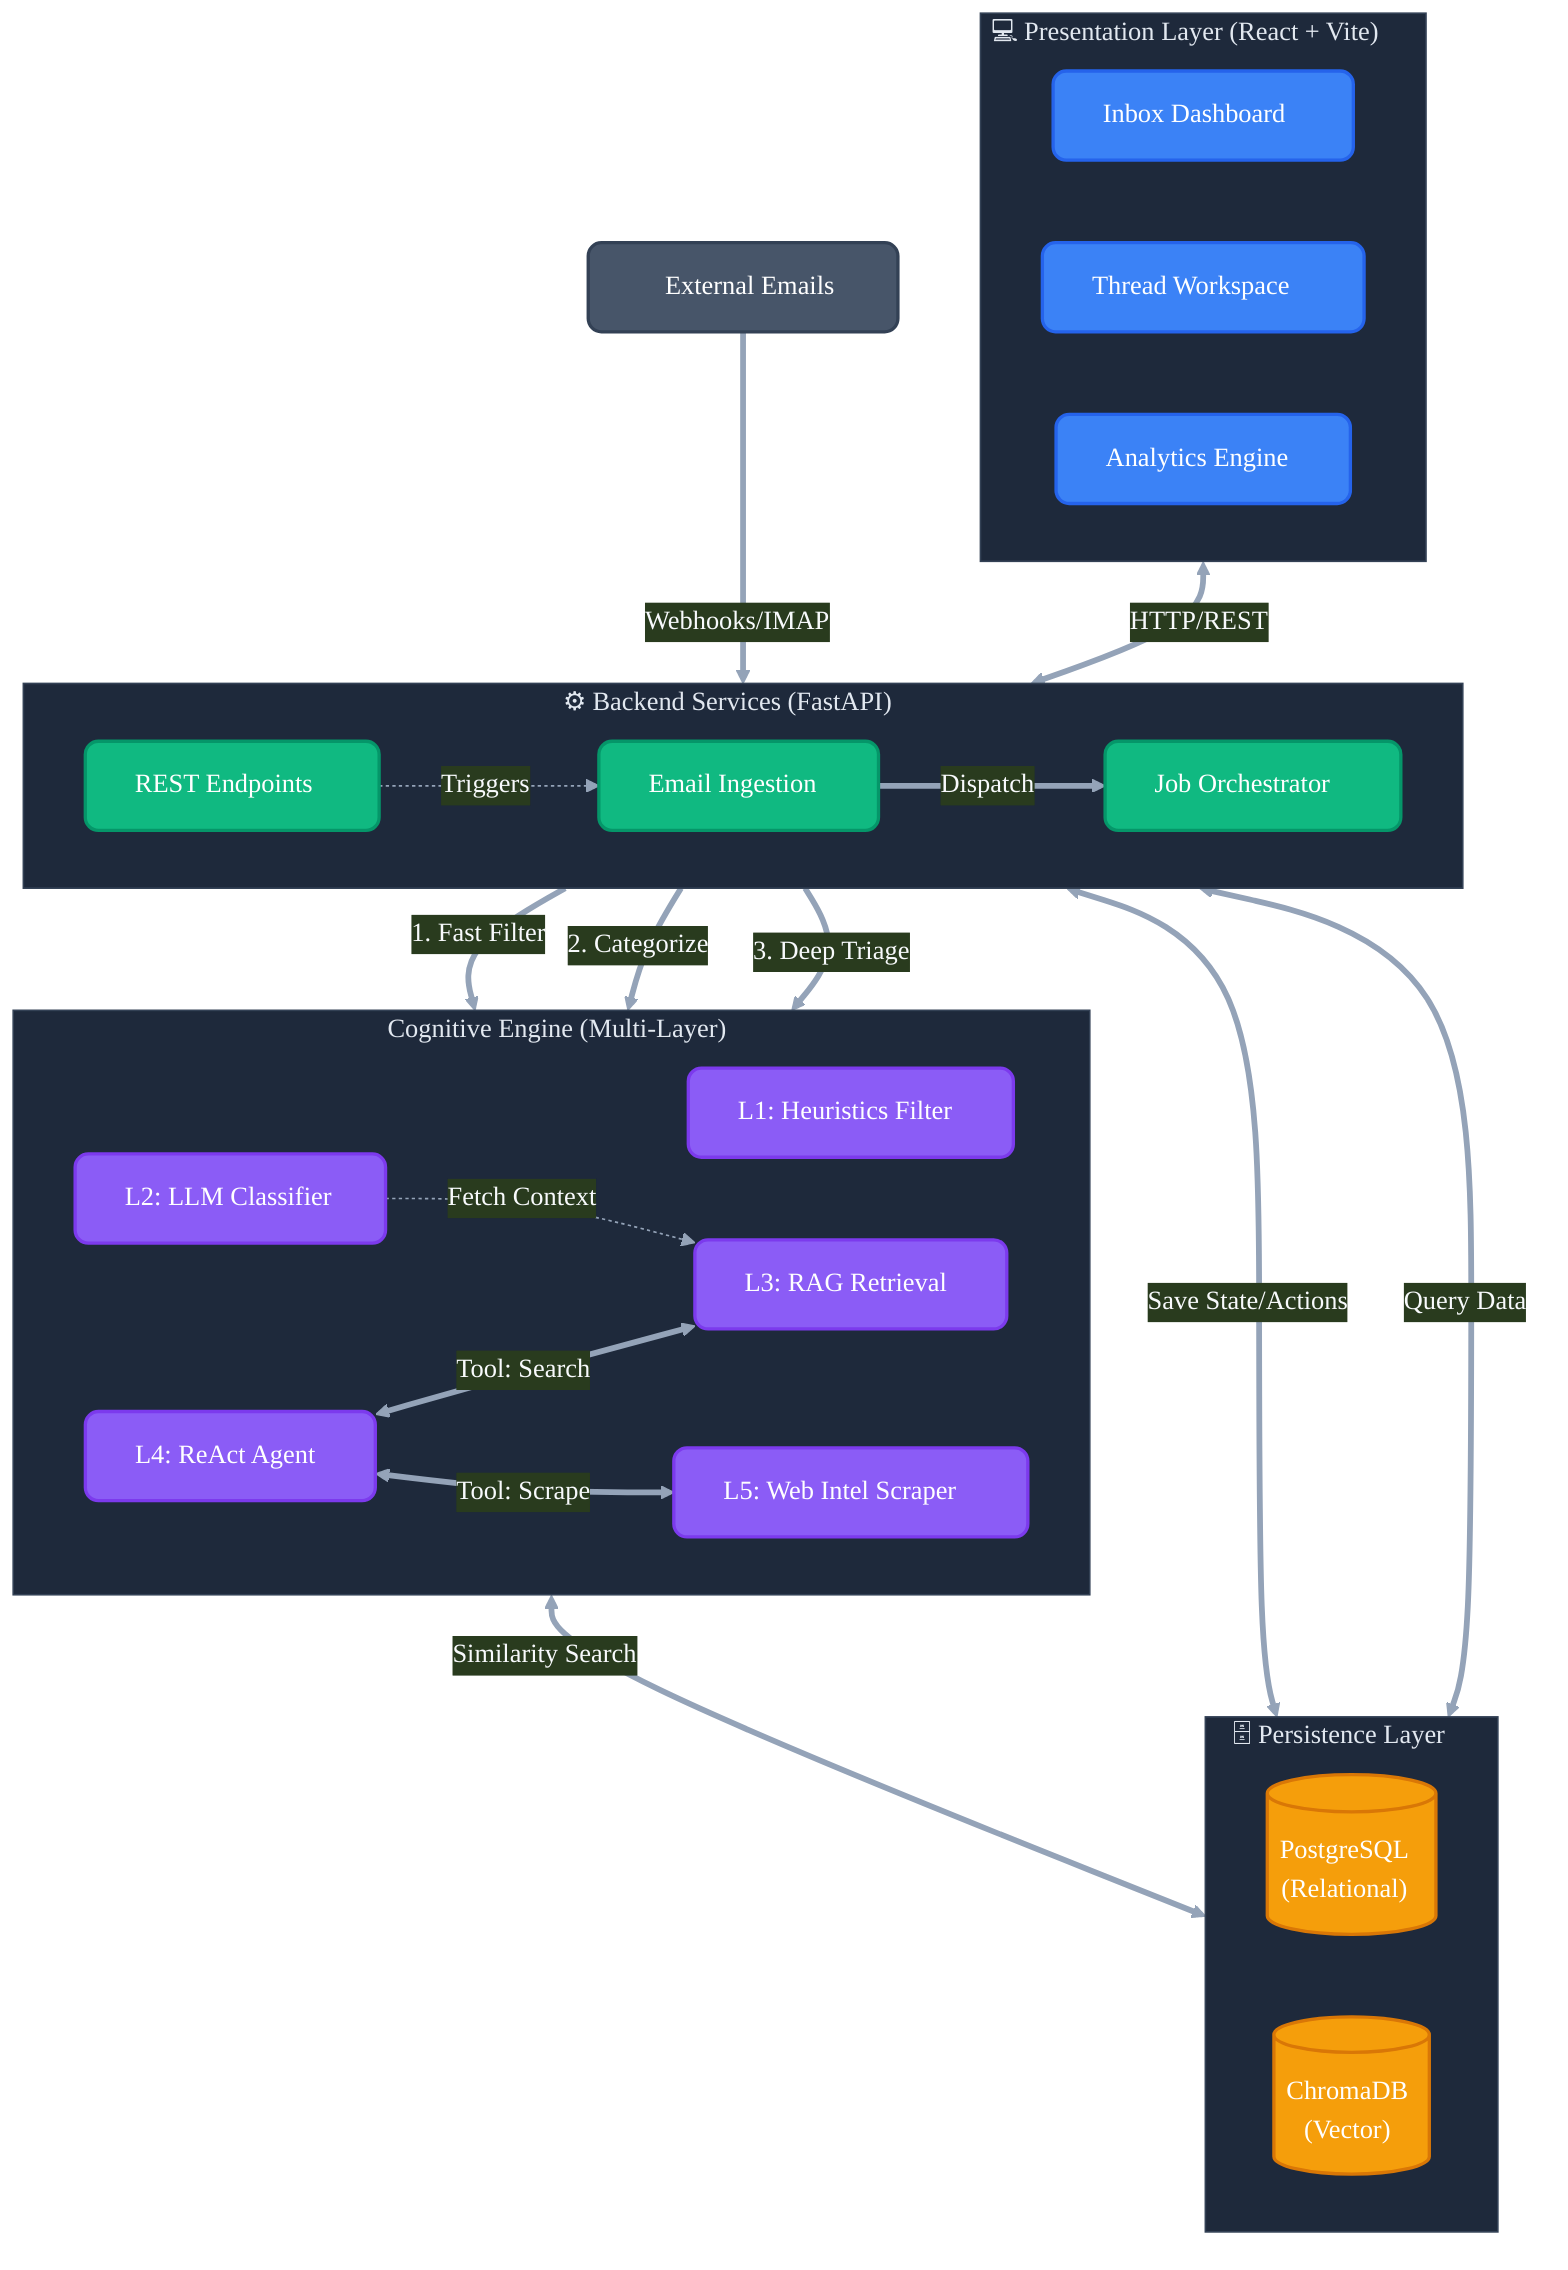
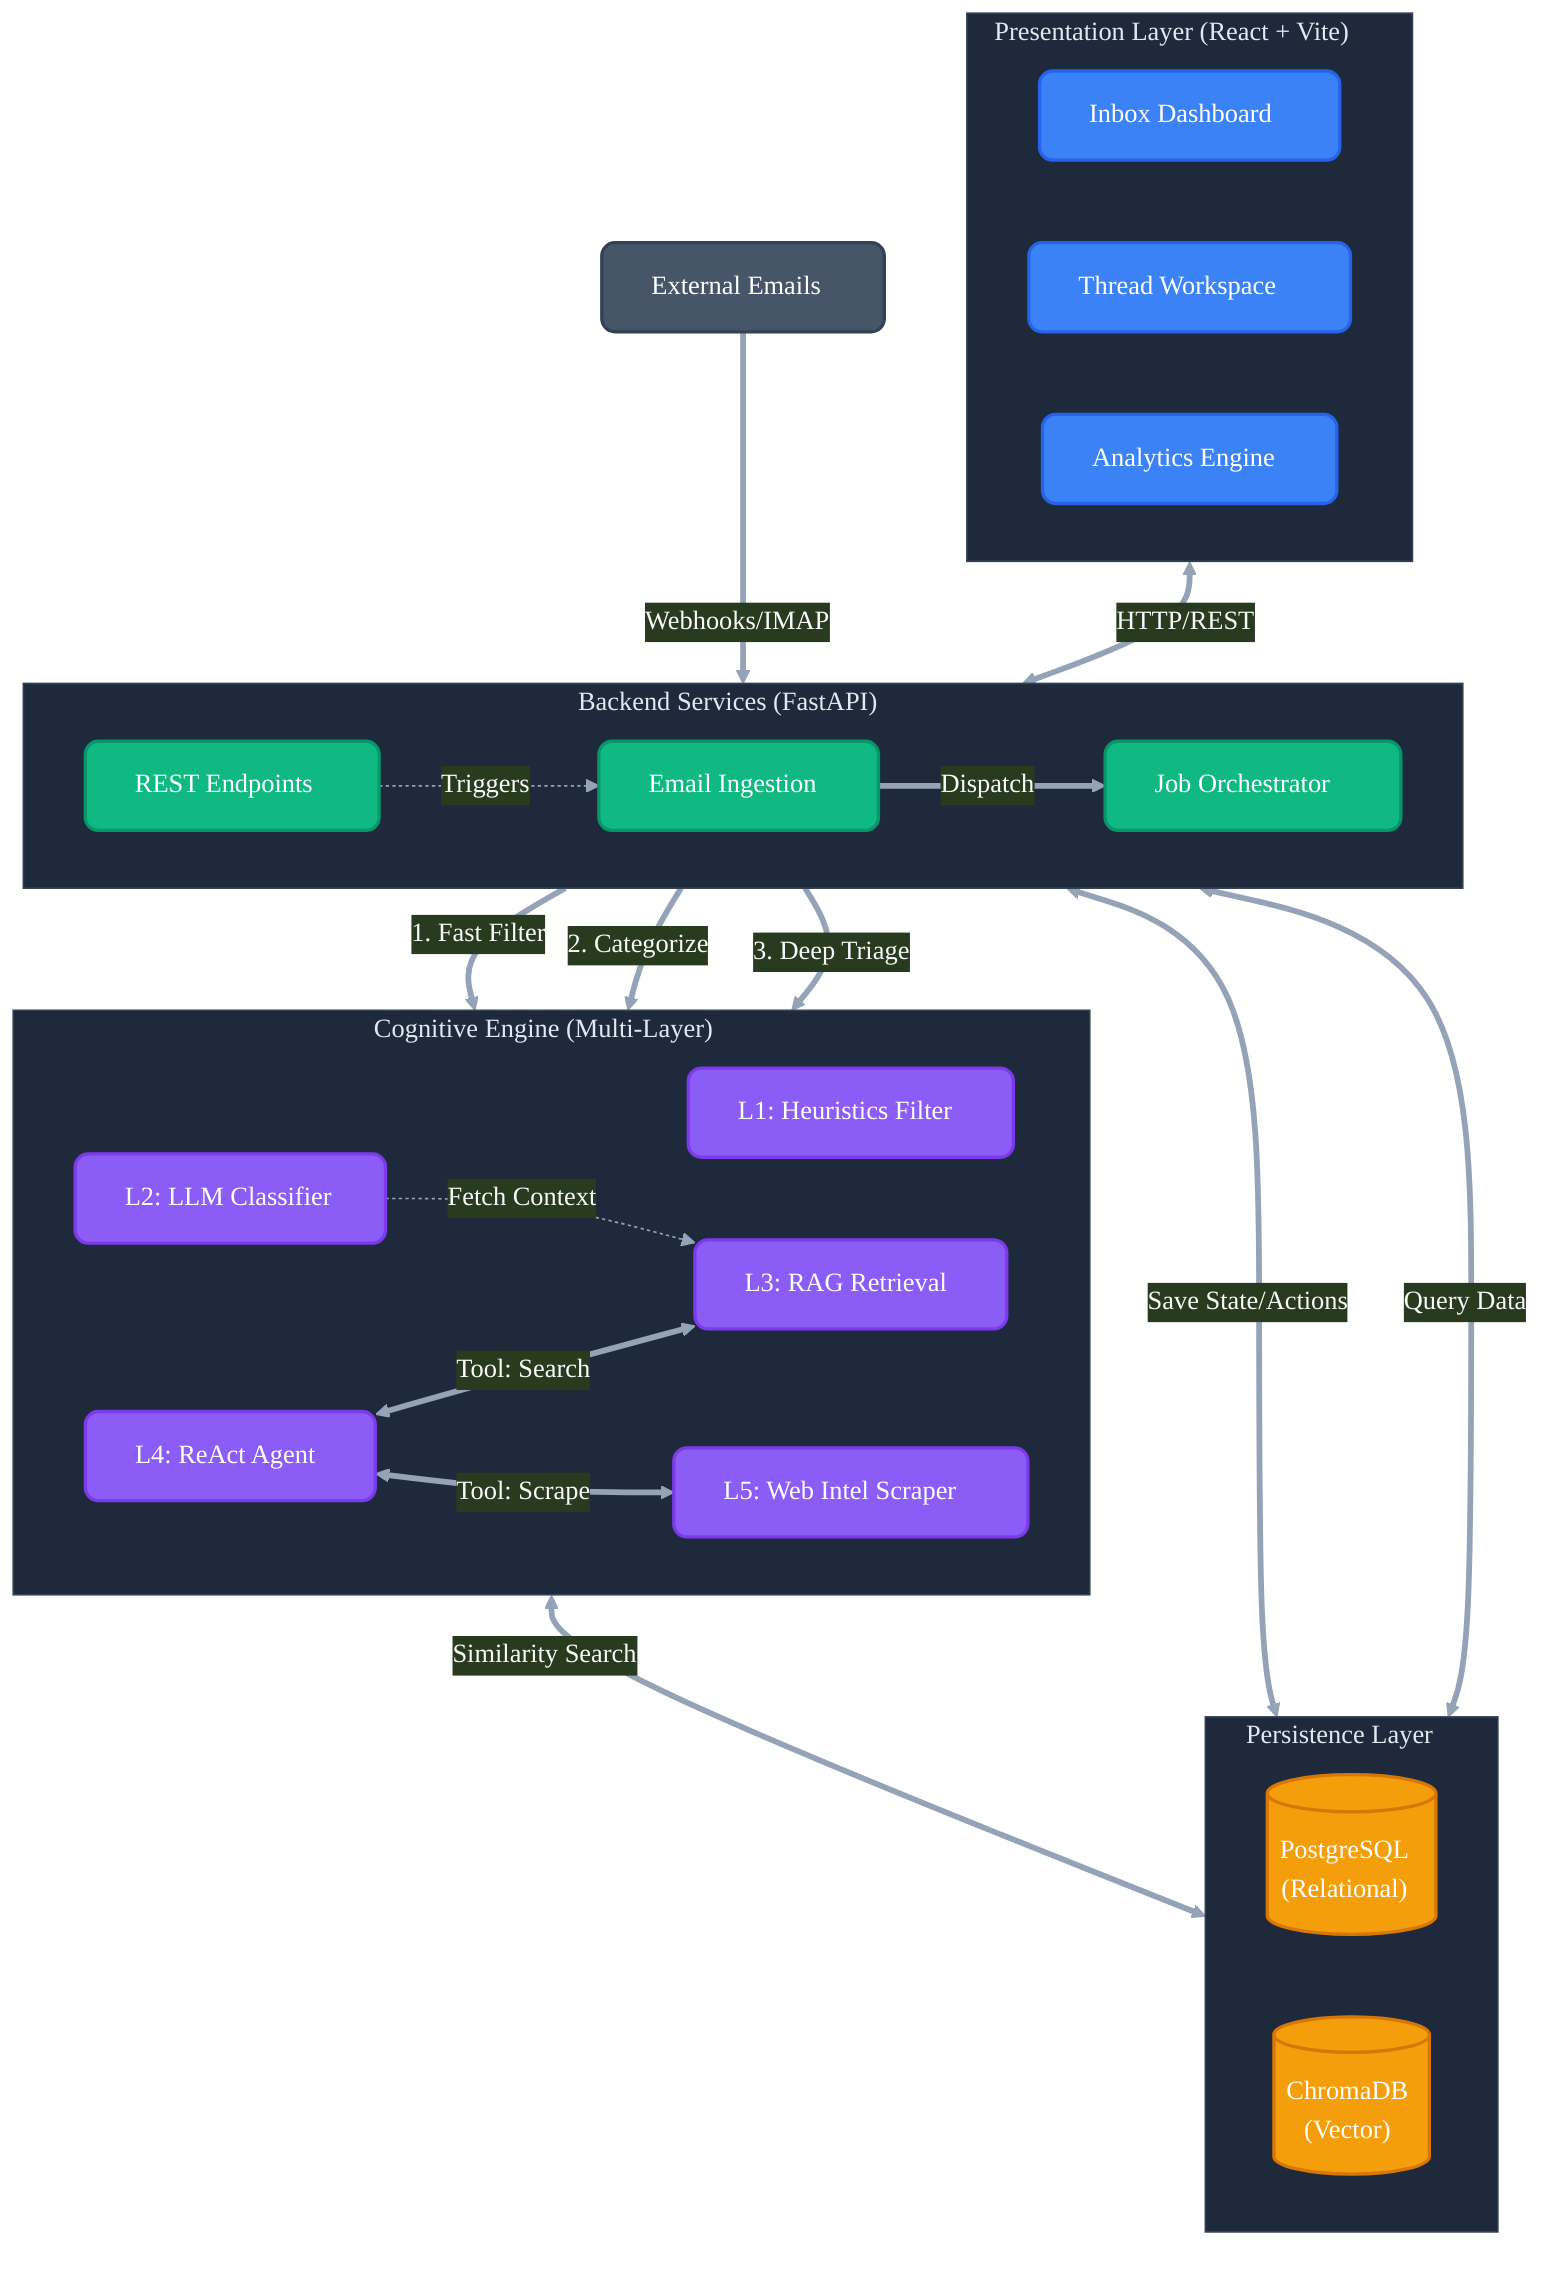
%%{init: {
  'theme': 'base',
  'themeVariables': {
    'fontFamily': 'Trebuchet MS, Arial, sans-serif',
    'fontSize': '16px',
    'background': '#0f172a',
    'primaryColor': '#1e293b',
    'primaryTextColor': '#f8fafc',
    'lineColor': '#94a3b8',
    'clusterBkg': '#1e293b',
    'clusterBorder': '#334155',
    'titleColor': '#e2e8f0'
  }
}}%%
flowchart TD
    classDef ui fill:#3b82f6,stroke:#2563eb,stroke-width:2px,color:#fff,rx:8,ry:8
    classDef api fill:#10b981,stroke:#059669,stroke-width:2px,color:#fff,rx:8,ry:8
    classDef ai fill:#8b5cf6,stroke:#7c3aed,stroke-width:2px,color:#fff,rx:8,ry:8
    classDef db fill:#f59e0b,stroke:#d97706,stroke-width:2px,color:#fff,rx:8,ry:8
    classDef ext fill:#475569,stroke:#334155,stroke-width:2px,color:#fff,rx:8,ry:8

-     subgraph Client["💻 Presentation Layer (React + Vite)"]
+     subgraph Client["Presentation Layer (React + Vite)"]
        direction LR
        Inbox["Inbox Dashboard"]:::ui
        Workspace["Thread Workspace"]:::ui
        Analytics["Analytics Engine"]:::ui
    end

-     subgraph API["⚙️ Backend Services (FastAPI)"]
+     subgraph API["Backend Services (FastAPI)"]
        direction LR
        Endpoints["REST Endpoints"]:::api
        Ingest["Email Ingestion"]:::api
        JobProc["Job Orchestrator"]:::api
    end

-     subgraph Intelligence["🧠 Cognitive Engine (Multi-Layer)"]
+     subgraph Intelligence["Cognitive Engine (Multi-Layer)"]
        direction LR
        Heuristics["L1: Heuristics Filter"]:::ai
        LLMClass["L2: LLM Classifier"]:::ai
        RAG["L3: RAG Retrieval"]:::ai
        Agent["L4: ReAct Agent"]:::ai
        WebScraper["L5: Web Intel Scraper"]:::ai
    end

-     subgraph Storage["🗄️ Persistence Layer"]
+     subgraph Storage["Persistence Layer"]
        direction LR
        Postgres[("PostgreSQL\n(Relational)")]:::db
        Chroma[("ChromaDB\n(Vector)")]:::db
    end

-     External["📧 External Emails"]:::ext
+     External["External Emails"]:::ext

    %% Connect layers
    Client <==>|"HTTP/REST"| Endpoints
    External ==>|"Webhooks/IMAP"| Ingest

    Endpoints -.->|"Triggers"| Ingest
    Ingest ==>|"Dispatch"| JobProc

    JobProc ==>|"1. Fast Filter"| Heuristics
    JobProc ==>|"2. Categorize"| LLMClass
    JobProc ==>|"3. Deep Triage"| Agent

    LLMClass -.->|"Fetch Context"| RAG
    Agent <==>|"Tool: Search"| RAG
    Agent <==>|"Tool: Scrape"| WebScraper

    JobProc <==>|"Save State/Actions"| Postgres
    Endpoints <==>|"Query Data"| Postgres
    RAG <==>|"Similarity Search"| Chroma
